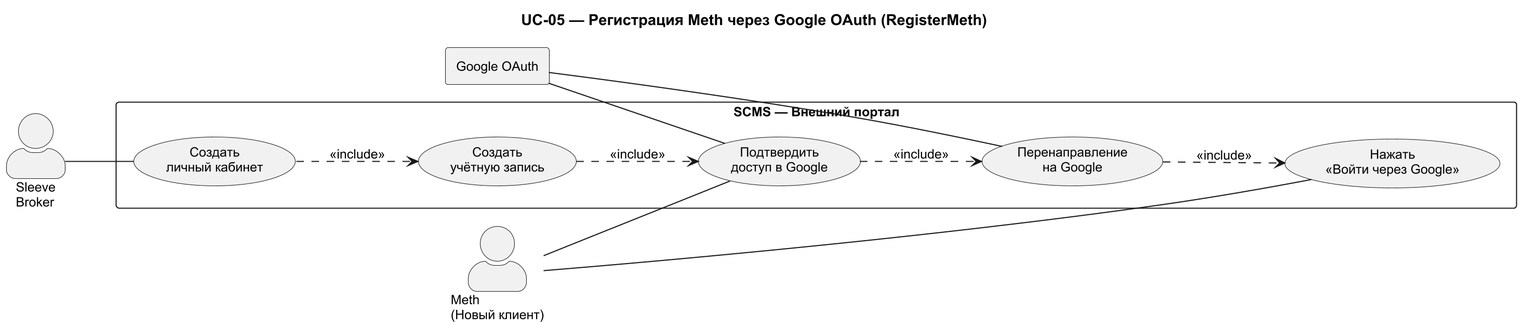
The PlantUML diagram use-case-diagrams/uc05-register-meth.png in ErnandesDaniel/modified-carbon, before a commit.
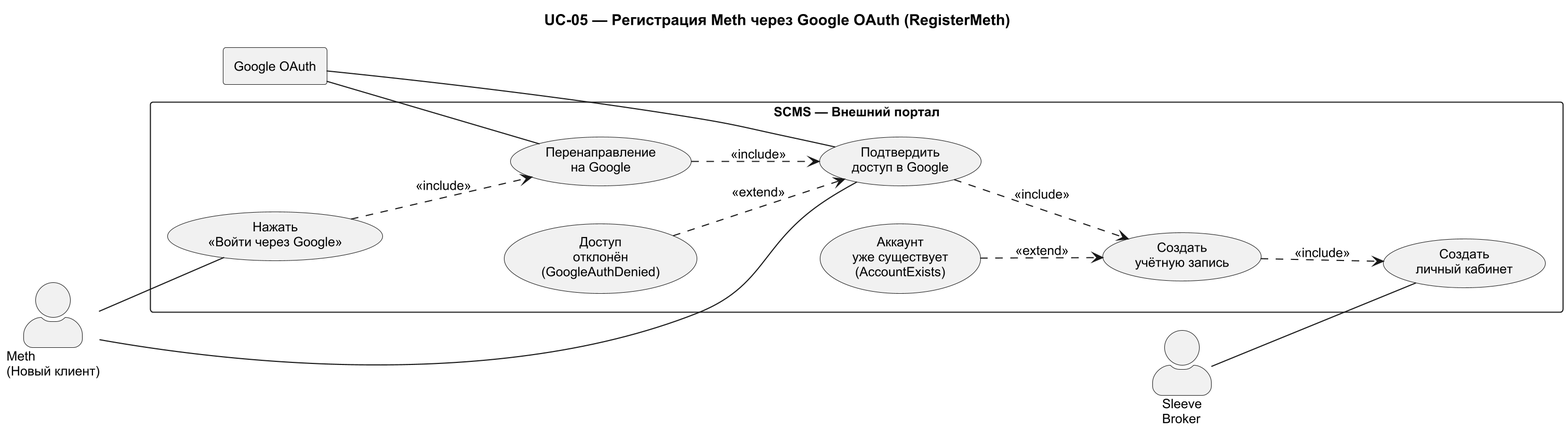
Above is the later version.

The edit, as a diff of the source:
```diff
@@ -16,11 +16,15 @@
   usecase "Подтвердить\nдоступ в Google" as CONFIRM
   usecase "Создать\nучётную запись" as CREATE
   usecase "Создать\nличный кабинет" as CABINET
+  usecase "Доступ\nотклонён\n(GoogleAuthDenied)" as DENIED
+  usecase "Аккаунт\nуже существует\n(AccountExists)" as EXISTS
 
-  REDIRECT ..> START : <<include>>
-  CONFIRM ..> REDIRECT : <<include>>
-  CREATE ..> CONFIRM : <<include>>
-  CABINET ..> CREATE : <<include>>
+  START ..> REDIRECT : <<include>>
+  REDIRECT ..> CONFIRM : <<include>>
+  CONFIRM ..> CREATE : <<include>>
+  CREATE ..> CABINET : <<include>>
+  DENIED ..> CONFIRM : <<extend>>
+  EXISTS ..> CREATE : <<extend>>
 }
 
 rectangle "Google OAuth" as GOOGLE
```
